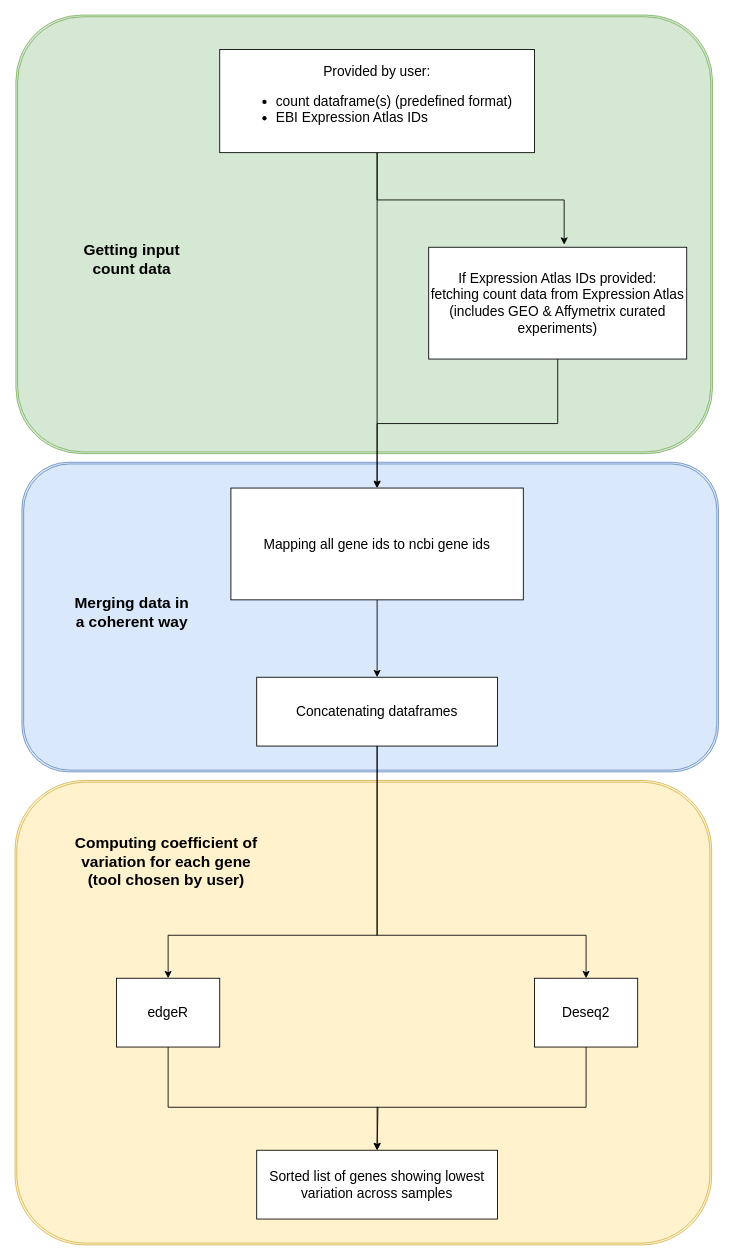
Earlier version of the draw.io diagram Diagramme sans nom.drawio (OlivierCoen/housekeeping_genes_test). Source tidied: cells renumbered, new cells numbered last; positions are measured from the earlier drawing's top-left corner, leaving out a move shared by most shapes. Both pictures are drawn from the tidied source at 86%, with x=0, y=0 at pixel (15, 15).
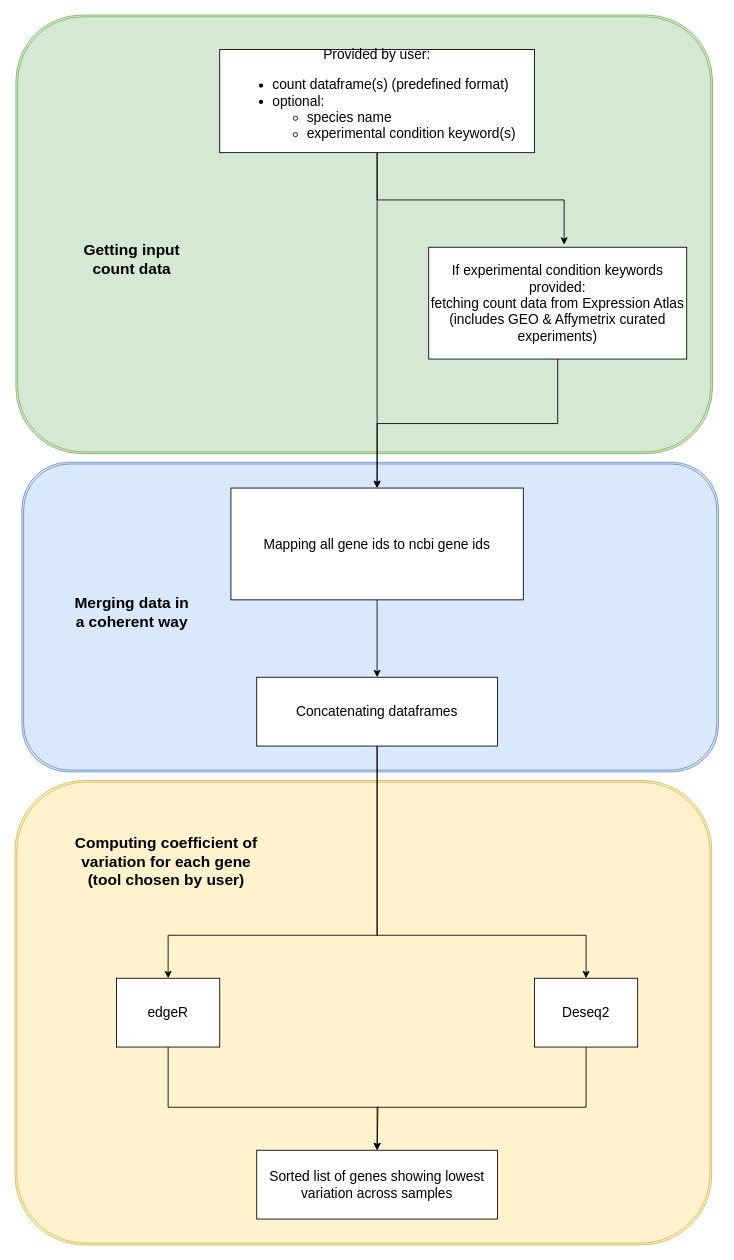
Above is the later version.

Commit message:
replaced user inputs

Change to the diagram source:
```diff
@@
-    <mxCell id="6" value="If Expression Atlas IDs provided: &lt;br&gt;fetching count data from Expression Atlas &lt;br&gt;(includes GEO &amp;amp; Affymetrix curated experiments)" style="rounded=0;whiteSpace=wrap;html=1;fontSize=16;" parent="1" vertex="1">
+    <mxCell id="6" value="If experimental condition keywords provided: &lt;br&gt;fetching count data from Expression Atlas &lt;br&gt;(includes GEO &amp;amp; Affymetrix curated experiments)" style="rounded=0;whiteSpace=wrap;html=1;fontSize=16;" parent="1" vertex="1">
       <mxGeometry x="481" y="270" width="300" height="130" as="geometry" />
     </mxCell>
@@
-    <mxCell id="13" value="Provided by user:&lt;div&gt;&lt;ul&gt;&lt;li&gt;count dataframe(s) (predefined format)&lt;br&gt;&lt;/li&gt;&lt;li style=&quot;text-align: left;&quot;&gt;EBI Expression Atlas IDs&lt;/li&gt;&lt;/ul&gt;&lt;/div&gt;" style="rounded=0;whiteSpace=wrap;html=1;fontSize=16;" parent="1" vertex="1">
+    <mxCell id="13" value="Provided by user:&lt;div&gt;&lt;ul&gt;&lt;li style=&quot;text-align: left;&quot;&gt;count dataframe(s) (predefined format)&lt;/li&gt;&lt;li style=&quot;text-align: left;&quot;&gt;optional:&amp;nbsp;&lt;/li&gt;&lt;ul&gt;&lt;li style=&quot;text-align: left;&quot;&gt;species name&lt;/li&gt;&lt;li style=&quot;text-align: left;&quot;&gt;experimental condition keyword(s)&lt;/li&gt;&lt;/ul&gt;&lt;/ul&gt;&lt;/div&gt;" style="rounded=0;whiteSpace=wrap;html=1;fontSize=16;" parent="1" vertex="1">
       <mxGeometry x="238" y="40" width="366" height="120" as="geometry" />
     </mxCell>
```
